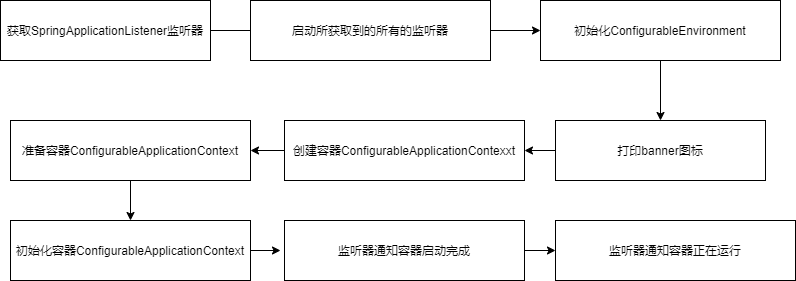
The draw.io diagram 绘图1.png in kaysanshi/diagrams-drawio, before a commit. Source tidied: cells renumbered, new cells last; positions are measured from the earlier drawing's top-left corner, leaving out a move shared by most shapes.
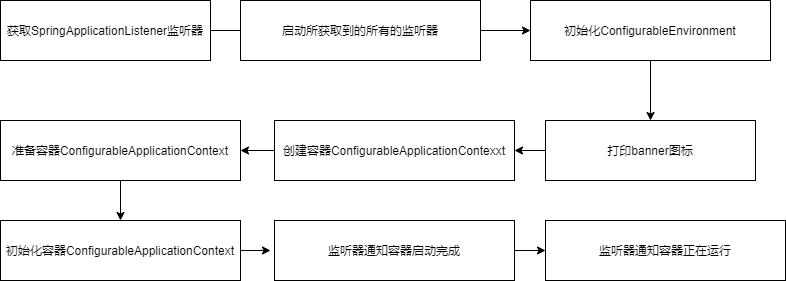
Above is the later version.

Change to the diagram source:
```diff
@@ -1,4 +1,4 @@
-<mxGraphModel>
+<mxGraphModel background="#FFFFFF">
   <root>
     <mxCell id="0" />
     <mxCell id="1" parent="0" />
@@ -8,7 +8,7 @@
       </mxGeometry>
     </mxCell>
     <mxCell id="3" value="获取SpringApplicationListener监听器" style="rounded=0;whiteSpace=wrap;html=1;" parent="1" vertex="1">
-      <mxGeometry width="210" height="60" as="geometry" />
+      <mxGeometry x="10" width="210" height="60" as="geometry" />
     </mxCell>
     <mxCell id="4" style="edgeStyle=orthogonalEdgeStyle;rounded=0;jettySize=auto;html=1;entryX=0.5;entryY=0;entryDx=0;entryDy=0;exitX=0.5;exitY=1;exitDx=0;exitDy=0;" parent="1" edge="1" source="11" target="8">
       <mxGeometry relative="1" as="geometry" />
```
